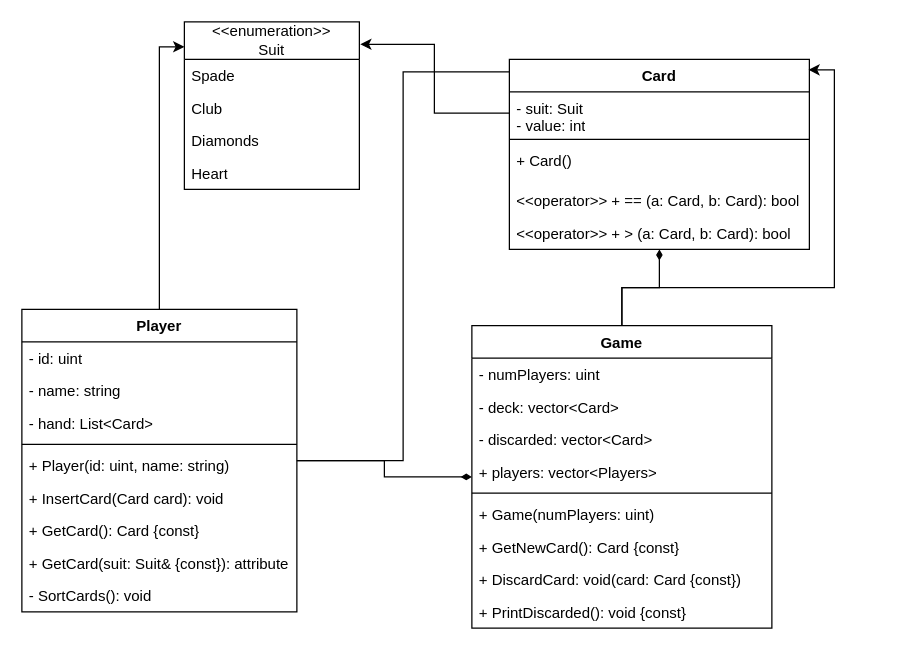
Above: CardGameUML.drawio in trlla2/Porg_AA1-4_CardGame (draw.io), before the change. Source tidied: cells renumbered, new cells numbered last; positions are measured from the earlier drawing's top-left corner, leaving out a move shared by most shapes. Both pictures are drawn from the tidied source at 125%, with x=0, y=0 at pixel (21, 21).
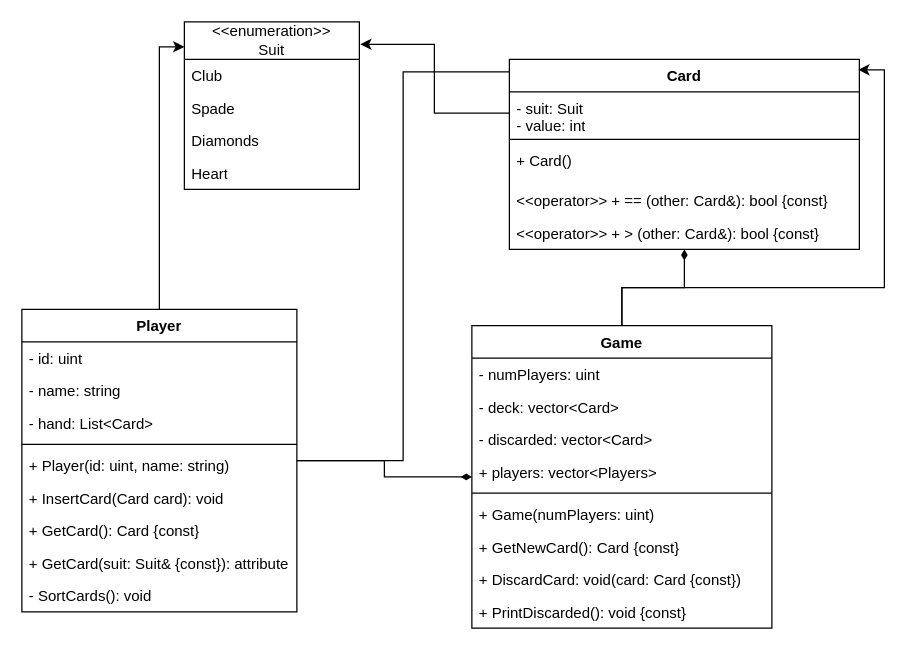
The same page after the edit.

Commit message (it also covers changes not shown here):
card operators

Unchanged cells that the change refers to:
```xml
<mxCell id="8" value="&lt;div&gt;&amp;lt;&amp;lt;enumeration&amp;gt;&amp;gt;&lt;/div&gt;&lt;div&gt;Suit&lt;/div&gt;" style="swimlane;fontStyle=0;horizontal=1;startSize=30;fillColor=none;whiteSpace=wrap;html=1;" parent="1" vertex="1">
  <mxGeometry x="130" width="140" height="134" as="geometry" />
</mxCell>
```

Diff of the diagram source:
```diff
@@
     <mxCell id="2" value="&lt;div&gt;Card&lt;/div&gt;" style="swimlane;fontStyle=1;align=center;verticalAlign=top;horizontal=1;startSize=26;whiteSpace=wrap;html=1;" parent="1" vertex="1">
-      <mxGeometry x="390" y="30" width="240" height="152" as="geometry" />
+      <mxGeometry x="390" y="30" width="280" height="152" as="geometry" />
     </mxCell>
     <mxCell id="3" value="&lt;div&gt;- suit: Suit&lt;/div&gt;&lt;div&gt;- value: int&lt;/div&gt;" style="text;strokeColor=none;fillColor=none;align=left;verticalAlign=top;spacingLeft=4;spacingRight=4;overflow=hidden;points=[[0,0.5],[1,0.5]];portConstraint=eastwest;whiteSpace=wrap;html=1;" parent="2" vertex="1">
-      <mxGeometry y="26" width="240" height="34" as="geometry" />
+      <mxGeometry y="26" width="280" height="34" as="geometry" />
     </mxCell>
     <mxCell id="4" style="line;strokeWidth=1;fillColor=none;align=left;verticalAlign=middle;spacingTop=-1;spacingLeft=3;spacingRight=3;labelPosition=right;strokeColor=inherit;" parent="2" vertex="1">
-      <mxGeometry y="60" width="240" height="8" as="geometry" />
+      <mxGeometry y="60" width="280" height="8" as="geometry" />
     </mxCell>
     <mxCell id="5" value="&lt;div&gt;+ Card() &lt;br&gt;&lt;/div&gt;" style="text;strokeColor=none;fillColor=none;align=left;verticalAlign=top;spacingLeft=4;spacingRight=4;overflow=hidden;whiteSpace=wrap;html=1;" parent="2" vertex="1">
-      <mxGeometry y="68" width="240" height="32" as="geometry" />
+      <mxGeometry y="68" width="280" height="32" as="geometry" />
     </mxCell>
-    <mxCell id="6" value="&amp;lt;&amp;lt;operator&amp;gt;&amp;gt; + == (a: Card, b: Card): bool" style="text;strokeColor=none;fillColor=none;align=left;verticalAlign=top;spacingLeft=4;spacingRight=4;overflow=hidden;whiteSpace=wrap;html=1;" parent="2" vertex="1">
-      <mxGeometry y="100" width="240" height="26" as="geometry" />
+    <mxCell id="6" value="&amp;lt;&amp;lt;operator&amp;gt;&amp;gt; + == (other: Card&amp;amp;): bool {const}" style="text;strokeColor=none;fillColor=none;align=left;verticalAlign=top;spacingLeft=4;spacingRight=4;overflow=hidden;whiteSpace=wrap;html=1;" parent="2" vertex="1">
+      <mxGeometry y="100" width="280" height="26" as="geometry" />
     </mxCell>
-    <mxCell id="7" value="&amp;lt;&amp;lt;operator&amp;gt;&amp;gt; + &amp;gt; (a: Card, b: Card): bool" style="text;strokeColor=none;fillColor=none;align=left;verticalAlign=top;spacingLeft=4;spacingRight=4;overflow=hidden;whiteSpace=wrap;html=1;" parent="2" vertex="1">
-      <mxGeometry y="126" width="240" height="26" as="geometry" />
+    <mxCell id="7" value="&amp;lt;&amp;lt;operator&amp;gt;&amp;gt; + &amp;gt; (other: Card&amp;amp;): bool {const}" style="text;strokeColor=none;fillColor=none;align=left;verticalAlign=top;spacingLeft=4;spacingRight=4;overflow=hidden;whiteSpace=wrap;html=1;" parent="2" vertex="1">
+      <mxGeometry y="126" width="280" height="26" as="geometry" />
     </mxCell>
@@
+    <mxCell id="10" value="Club" style="text;strokeColor=none;fillColor=none;align=left;verticalAlign=top;spacingLeft=4;spacingRight=4;overflow=hidden;whiteSpace=wrap;html=1;" parent="8" vertex="1">
+      <mxGeometry y="30" width="140" height="26" as="geometry" />
+    </mxCell>
     <mxCell id="9" value="Spade" style="text;strokeColor=none;fillColor=none;align=left;verticalAlign=top;spacingLeft=4;spacingRight=4;overflow=hidden;whiteSpace=wrap;html=1;" parent="8" vertex="1">
-      <mxGeometry y="30" width="140" height="26" as="geometry" />
+      <mxGeometry y="56" width="140" height="26" as="geometry" />
     </mxCell>
-    <mxCell id="10" value="Club" style="text;strokeColor=none;fillColor=none;align=left;verticalAlign=top;spacingLeft=4;spacingRight=4;overflow=hidden;whiteSpace=wrap;html=1;" parent="8" vertex="1">
-      <mxGeometry y="56" width="140" height="26" as="geometry" />
-    </mxCell>
```
